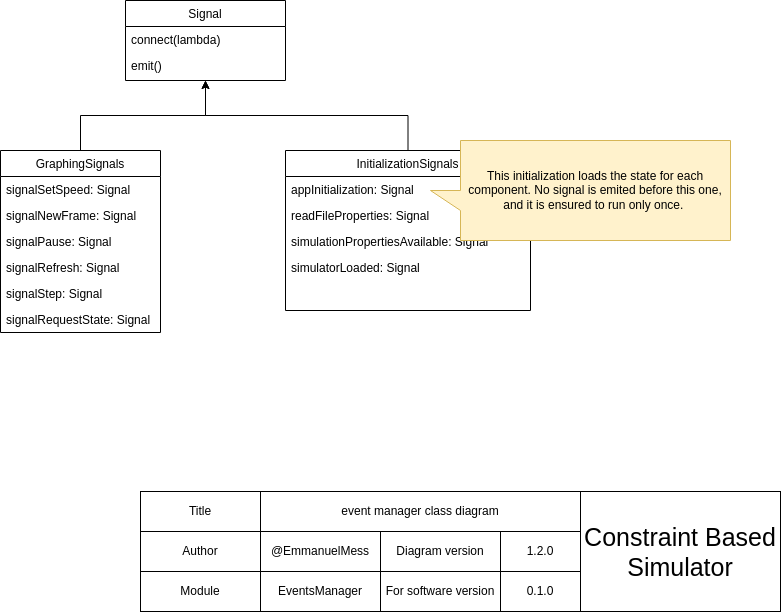
Earlier version of the draw.io export design/diagrams/class/event manager class diagram.png (EmmanuelMess/ConstraintBasedSimulator). Source tidied: cells renumbered, new cells last; positions are measured from the earlier drawing's top-left corner, leaving out a move shared by most shapes.
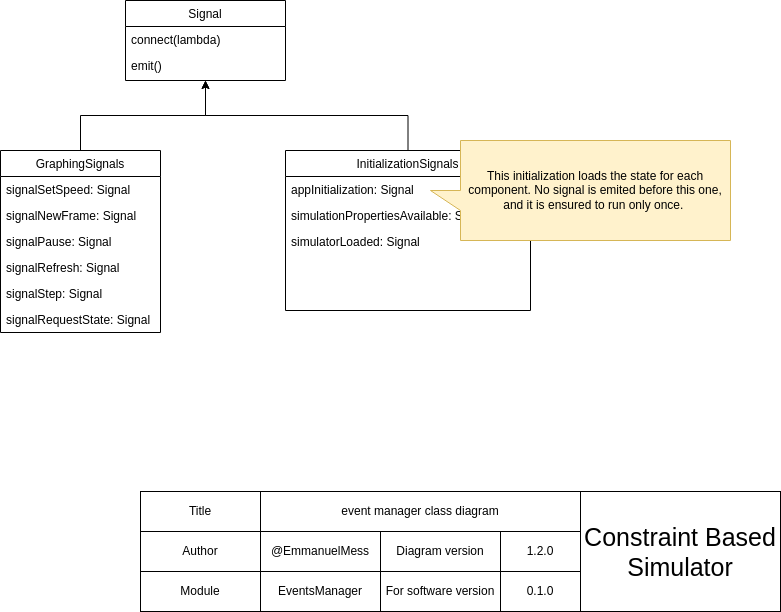
The same file after the commit.

Change to the diagram source:
```diff
@@ -74,14 +74,11 @@
     <mxCell id="25" value="appInitialization: Signal" style="text;align=left;verticalAlign=top;spacingLeft=4;spacingRight=4;overflow=hidden;" parent="24" vertex="1">
       <mxGeometry y="26" width="245" height="26" as="geometry" />
     </mxCell>
-    <mxCell id="26" value="readFileProperties: Signal" style="text;align=left;verticalAlign=top;spacingLeft=4;spacingRight=4;overflow=hidden;" parent="24" vertex="1">
-      <mxGeometry y="52" width="245" height="26" as="geometry" />
-    </mxCell>
     <mxCell id="27" value="simulationPropertiesAvailable: Signal" style="text;align=left;verticalAlign=top;spacingLeft=4;spacingRight=4;overflow=hidden;" parent="24" vertex="1">
-      <mxGeometry y="78" width="245" height="26" as="geometry" />
+      <mxGeometry y="52" width="245" height="26" as="geometry" />
     </mxCell>
     <mxCell id="28" value="simulatorLoaded: Signal" style="text;align=left;verticalAlign=top;spacingLeft=4;spacingRight=4;overflow=hidden;" parent="24" vertex="1">
-      <mxGeometry y="104" width="245" height="26" as="geometry" />
+      <mxGeometry y="78" width="245" height="26" as="geometry" />
     </mxCell>
     <mxCell id="29" style="edgeStyle=orthogonalEdgeStyle;rounded=0;jettySize=auto;html=1;" parent="1" edge="1" source="24" target="20">
       <mxGeometry relative="1" as="geometry" />
```
